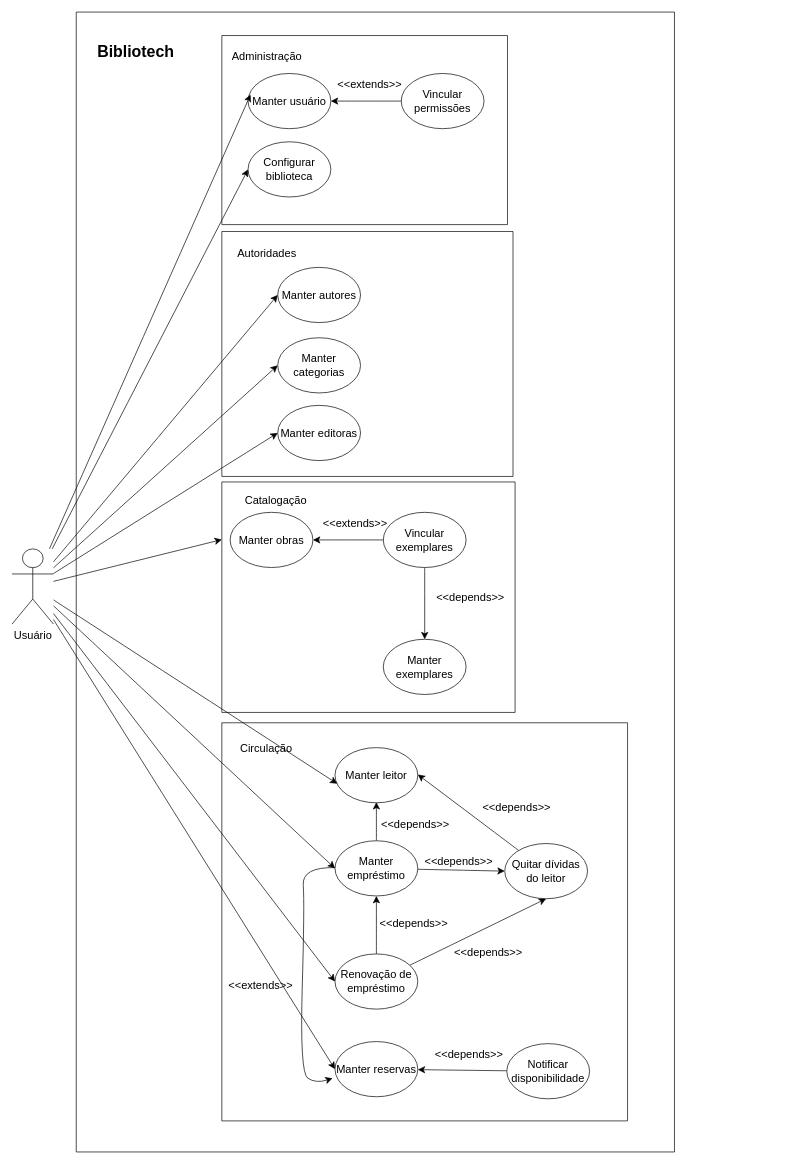
Before: assets/diagramas/Bibliotech diagrama de caso de uso.drawio in Algorithm-Aces/BiblioTech, a draw.io diagram. Source tidied: cells renumbered, new cells numbered last; positions are measured from the earlier drawing's top-left corner, leaving out a move shared by most shapes. Both pictures are drawn from the tidied source at 69%, with x=0, y=0 at pixel (12, 12).
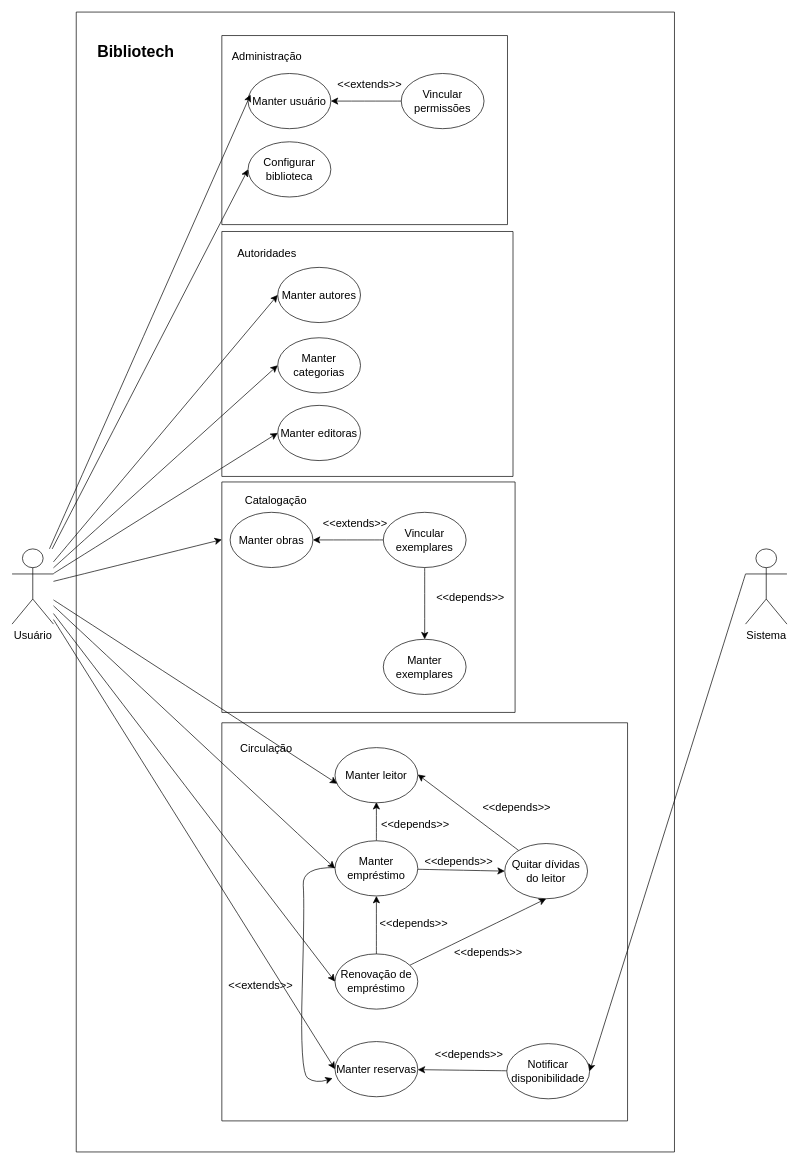
The same diagram, later.

Unchanged cells that the change refers to:
```xml
<mxCell id="33" value="Notificar disponibilidade" style="ellipse;whiteSpace=wrap;html=1;fontSize=16;" parent="2" vertex="1">
  <mxGeometry x="624" y="1495" width="120" height="80" as="geometry" />
</mxCell>
```

Change to the diagram source:
```diff
@@
+    <mxCell id="58" value="Sistema" style="shape=umlActor;verticalLabelPosition=bottom;verticalAlign=top;html=1;outlineConnect=0;fontSize=16;" parent="1" vertex="1">
+      <mxGeometry x="1063" y="778" width="60" height="109" as="geometry" />
+    </mxCell>
+    <mxCell id="59" style="edgeStyle=none;curved=1;rounded=0;jettySize=auto;html=1;entryX=1;entryY=0.5;entryDx=0;entryDy=0;fontSize=12;startSize=8;endSize=8;exitX=0;exitY=0.3333333333333333;exitDx=0;exitDy=0;exitPerimeter=0;" parent="1" edge="1" source="58" target="33">
+      <mxGeometry relative="1" as="geometry" />
+    </mxCell>
```
